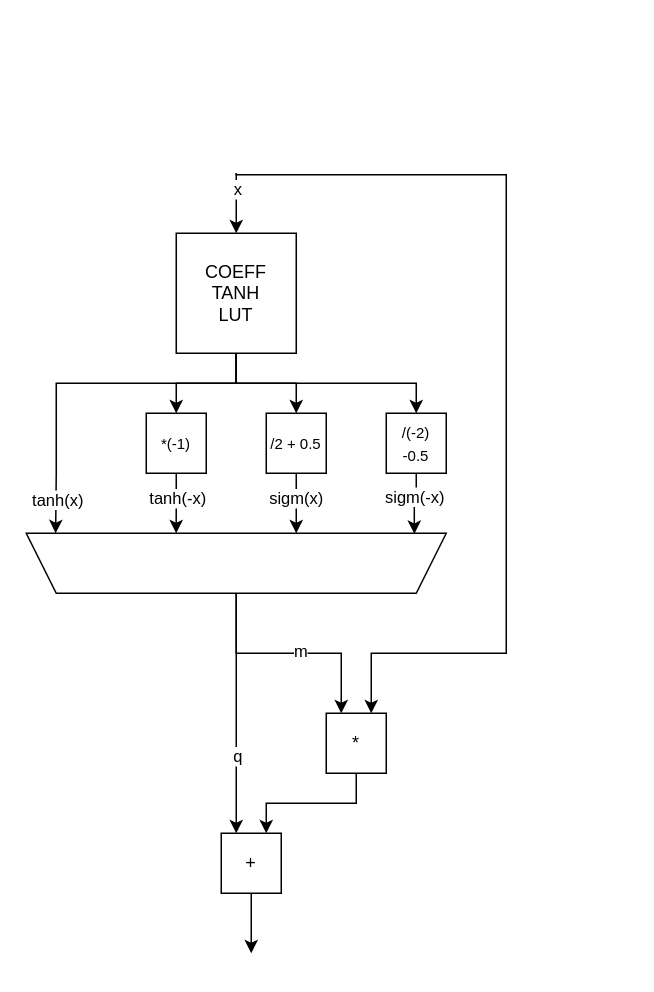
This is slides/images/ACTU_beta.drawio from AlessandroVaraldi/LSTM_ACCELERATOR, a draw.io file, before an edit. Source tidied: cells renumbered, new cells numbered last; positions are measured from the earlier drawing's top-left corner, leaving out a move shared by most shapes. Both pictures are drawn from the tidied source at 150%, with x=0, y=0 at pixel (26, 172).
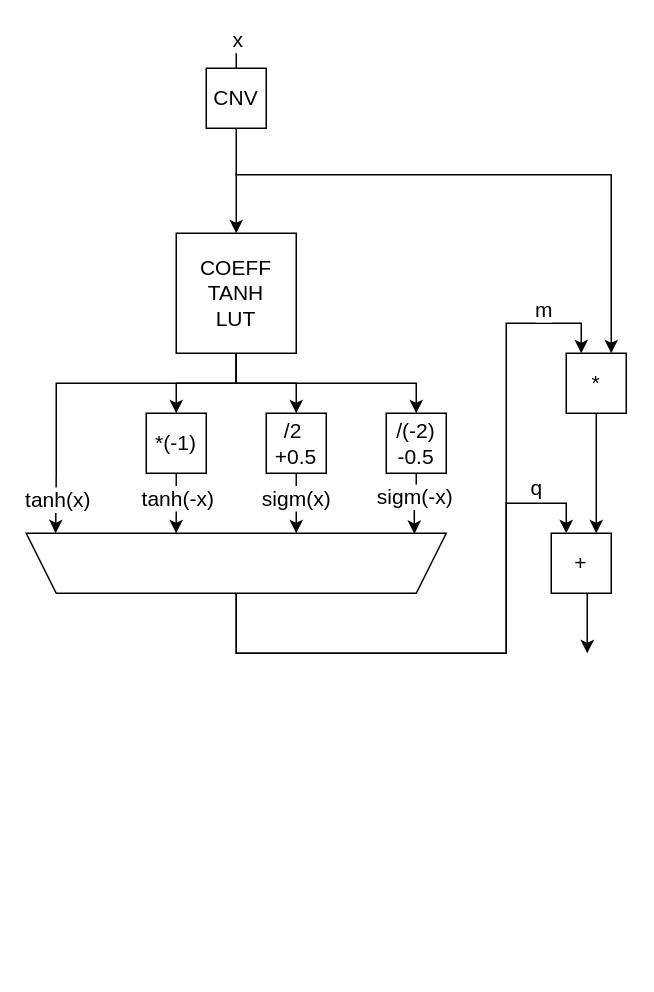
The same diagram, later.

Diff of the diagram source:
```diff
@@
-    <mxCell id="2" style="edgeStyle=orthogonalEdgeStyle;rounded=0;jettySize=auto;html=1;" parent="1" edge="1" source="3">
+    <mxCell id="2" style="edgeStyle=orthogonalEdgeStyle;rounded=0;jettySize=auto;html=1;fontSize=14;" parent="1" edge="1" source="3">
       <mxGeometry relative="1" as="geometry">
-        <mxPoint x="150" y="520" as="targetPoint" />
+        <mxPoint x="374" y="320" as="targetPoint" />
+        <Array as="points">
+          <mxPoint x="374" y="320" />
+        </Array>
       </mxGeometry>
     </mxCell>
-    <mxCell id="3" value="+" style="whiteSpace=wrap;html=1;" parent="1" vertex="1">
-      <mxGeometry x="130" y="440" width="40" height="40" as="geometry" />
+    <mxCell id="3" value="+" style="whiteSpace=wrap;html=1;fontSize=14;" parent="1" vertex="1">
+      <mxGeometry x="350" y="240" width="40" height="40" as="geometry" />
     </mxCell>
-    <mxCell id="4" style="edgeStyle=orthogonalEdgeStyle;rounded=0;jettySize=auto;html=1;entryX=0.75;entryY=0;entryDx=0;entryDy=0;" parent="1" edge="1" source="5" target="3">
-      <mxGeometry relative="1" as="geometry">
-        <Array as="points">
-          <mxPoint x="220" y="420" />
-          <mxPoint x="160" y="420" />
-        </Array>
-      </mxGeometry>
+    <mxCell id="4" style="edgeStyle=orthogonalEdgeStyle;rounded=0;jettySize=auto;html=1;entryX=0.75;entryY=0;entryDx=0;entryDy=0;fontSize=14;" parent="1" edge="1" source="5" target="3">
+      <mxGeometry relative="1" as="geometry" />
     </mxCell>
-    <mxCell id="5" value="*" style="whiteSpace=wrap;html=1;" parent="1" vertex="1">
-      <mxGeometry x="200" y="360" width="40" height="40" as="geometry" />
+    <mxCell id="5" value="*" style="whiteSpace=wrap;html=1;fontSize=14;" parent="1" vertex="1">
+      <mxGeometry x="360" y="120" width="40" height="40" as="geometry" />
     </mxCell>
-    <mxCell id="6" style="edgeStyle=orthogonalEdgeStyle;rounded=0;jettySize=auto;html=1;entryX=0.5;entryY=0;entryDx=0;entryDy=0;" parent="1" edge="1" source="11" target="17">
+    <mxCell id="6" style="edgeStyle=orthogonalEdgeStyle;rounded=0;jettySize=auto;html=1;entryX=0.5;entryY=0;entryDx=0;entryDy=0;fontSize=14;" parent="1" edge="1" source="11" target="17">
       <mxGeometry relative="1" as="geometry" />
     </mxCell>
-    <mxCell id="7" style="edgeStyle=orthogonalEdgeStyle;rounded=0;jettySize=auto;html=1;entryX=0.5;entryY=0;entryDx=0;entryDy=0;" parent="1" edge="1" source="11" target="18">
+    <mxCell id="7" style="edgeStyle=orthogonalEdgeStyle;rounded=0;jettySize=auto;html=1;entryX=0.5;entryY=0;entryDx=0;entryDy=0;fontSize=14;" parent="1" edge="1" source="11" target="18">
       <mxGeometry relative="1" as="geometry" />
     </mxCell>
-    <mxCell id="8" style="edgeStyle=orthogonalEdgeStyle;rounded=0;jettySize=auto;html=1;entryX=0.5;entryY=0;entryDx=0;entryDy=0;" parent="1" edge="1" source="11" target="19">
+    <mxCell id="8" style="edgeStyle=orthogonalEdgeStyle;rounded=0;jettySize=auto;html=1;entryX=0.5;entryY=0;entryDx=0;entryDy=0;fontSize=14;" parent="1" edge="1" source="11" target="19">
       <mxGeometry relative="1" as="geometry">
         <Array as="points">
           <mxPoint x="140" y="140" />
           <mxPoint x="260" y="140" />
         </Array>
       </mxGeometry>
     </mxCell>
-    <mxCell id="9" style="edgeStyle=orthogonalEdgeStyle;rounded=0;jettySize=auto;html=1;entryX=0.93;entryY=1;entryDx=0;entryDy=0;entryPerimeter=0;" parent="1" edge="1" source="11" target="16">
+    <mxCell id="9" style="edgeStyle=orthogonalEdgeStyle;rounded=0;jettySize=auto;html=1;entryX=0.93;entryY=1;entryDx=0;entryDy=0;entryPerimeter=0;fontSize=14;" parent="1" edge="1" source="11" target="16">
       <mxGeometry relative="1" as="geometry">
         <Array as="points">
           <mxPoint x="140" y="140" />
           <mxPoint x="20" y="140" />
           <mxPoint x="20" y="200" />
         </Array>
       </mxGeometry>
     </mxCell>
-    <mxCell id="10" value="tanh(x)" style="edgeLabel;html=1;align=center;verticalAlign=middle;" parent="9" vertex="1">
+    <mxCell id="10" value="tanh(x)" style="edgeLabel;html=1;align=center;verticalAlign=middle;fontSize=14;" parent="9" vertex="1">
       <mxGeometry x="0.75" y="1" relative="1" as="geometry">
         <mxPoint y="7" as="offset" />
       </mxGeometry>
     </mxCell>
-    <mxCell id="11" value="&lt;div&gt;COEFF&lt;/div&gt;&lt;div&gt;TANH&lt;/div&gt;&lt;div&gt;LUT&lt;/div&gt;" style="whiteSpace=wrap;html=1;" parent="1" vertex="1">
+    <mxCell id="11" value="&lt;div style=&quot;font-size: 14px;&quot;&gt;COEFF&lt;/div&gt;&lt;div style=&quot;font-size: 14px;&quot;&gt;TANH&lt;/div&gt;&lt;div style=&quot;font-size: 14px;&quot;&gt;LUT&lt;/div&gt;" style="whiteSpace=wrap;html=1;fontSize=14;" parent="1" vertex="1">
       <mxGeometry x="100" y="40" width="80" height="80" as="geometry" />
     </mxCell>
-    <mxCell id="12" style="edgeStyle=orthogonalEdgeStyle;rounded=0;jettySize=auto;html=1;entryX=0.25;entryY=0;entryDx=0;entryDy=0;" parent="1" edge="1" source="16" target="5">
+    <mxCell id="12" style="edgeStyle=orthogonalEdgeStyle;rounded=0;jettySize=auto;html=1;entryX=0.25;entryY=0;entryDx=0;entryDy=0;fontSize=14;" parent="1" edge="1" source="16" target="5">
       <mxGeometry relative="1" as="geometry">
         <Array as="points">
           <mxPoint x="140" y="320" />
-          <mxPoint x="210" y="320" />
+          <mxPoint x="320" y="320" />
+          <mxPoint x="320" y="100" />
+          <mxPoint x="370" y="100" />
         </Array>
       </mxGeometry>
     </mxCell>
-    <mxCell id="13" value="m" style="edgeLabel;html=1;align=center;verticalAlign=middle;" parent="12" vertex="1">
-      <mxGeometry x="0.09" y="2" relative="1" as="geometry" />
+    <mxCell id="13" value="m" style="edgeLabel;html=1;align=center;verticalAlign=middle;fontSize=14;" parent="12" vertex="1">
+      <mxGeometry x="0.09" y="2" relative="1" as="geometry">
+        <mxPoint x="26" y="-172" as="offset" />
+      </mxGeometry>
     </mxCell>
-    <mxCell id="14" style="edgeStyle=orthogonalEdgeStyle;rounded=0;jettySize=auto;html=1;entryX=0.25;entryY=0;entryDx=0;entryDy=0;" parent="1" edge="1" source="16" target="3">
-      <mxGeometry relative="1" as="geometry" />
+    <mxCell id="14" style="edgeStyle=orthogonalEdgeStyle;rounded=0;jettySize=auto;html=1;entryX=0.25;entryY=0;entryDx=0;entryDy=0;fontSize=14;" parent="1" edge="1" source="16" target="3">
+      <mxGeometry relative="1" as="geometry">
+        <Array as="points">
+          <mxPoint x="140" y="320" />
+          <mxPoint x="320" y="320" />
+          <mxPoint x="320" y="220" />
+          <mxPoint x="360" y="220" />
+        </Array>
+      </mxGeometry>
     </mxCell>
-    <mxCell id="15" value="q" style="edgeLabel;html=1;align=center;verticalAlign=middle;" parent="14" vertex="1">
-      <mxGeometry x="0.35" relative="1" as="geometry" />
+    <mxCell id="15" value="q" style="edgeLabel;html=1;align=center;verticalAlign=middle;fontSize=14;" parent="14" vertex="1">
+      <mxGeometry x="0.35" relative="1" as="geometry">
+        <mxPoint x="19" y="-74" as="offset" />
+      </mxGeometry>
     </mxCell>
-    <mxCell id="16" style="shape=trapezoid;perimeter=trapezoidPerimeter;whiteSpace=wrap;html=1;fixedSize=1;rotation=-180;" parent="1" vertex="1">
+    <mxCell id="16" style="shape=trapezoid;perimeter=trapezoidPerimeter;whiteSpace=wrap;html=1;fixedSize=1;rotation=-180;fontSize=14;" parent="1" vertex="1">
       <mxGeometry y="240" width="280" height="40" as="geometry" />
     </mxCell>
-    <mxCell id="17" value="&lt;font style=&quot;font-size: 10px;&quot;&gt;*(-1)&lt;/font&gt;" style="whiteSpace=wrap;html=1;" parent="1" vertex="1">
+    <mxCell id="17" value="&lt;font style=&quot;font-size: 14px;&quot;&gt;*(-1)&lt;/font&gt;" style="whiteSpace=wrap;html=1;fontSize=14;" parent="1" vertex="1">
       <mxGeometry x="80" y="160" width="40" height="40" as="geometry" />
     </mxCell>
-    <mxCell id="18" value="&lt;font style=&quot;font-size: 10px;&quot;&gt;/2 + 0.5&lt;/font&gt;" style="whiteSpace=wrap;html=1;" parent="1" vertex="1">
+    <mxCell id="18" value="&lt;div&gt;&lt;font style=&quot;font-size: 14px;&quot;&gt;/2&amp;nbsp;&lt;/font&gt;&lt;/div&gt;&lt;div&gt;&lt;font style=&quot;font-size: 14px;&quot;&gt;+0.5&lt;/font&gt;&lt;/div&gt;" style="whiteSpace=wrap;html=1;fontSize=14;" parent="1" vertex="1">
       <mxGeometry x="160" y="160" width="40" height="40" as="geometry" />
     </mxCell>
-    <mxCell id="19" value="&lt;font style=&quot;font-size: 10px;&quot;&gt;/(-2) -0.5&lt;/font&gt;" style="whiteSpace=wrap;html=1;" parent="1" vertex="1">
+    <mxCell id="19" value="&lt;font style=&quot;font-size: 14px;&quot;&gt;/(-2) -0.5&lt;/font&gt;" style="whiteSpace=wrap;html=1;fontSize=14;" parent="1" vertex="1">
       <mxGeometry x="240" y="160" width="40" height="40" as="geometry" />
     </mxCell>
-    <mxCell id="20" style="edgeStyle=orthogonalEdgeStyle;rounded=0;jettySize=auto;html=1;entryX=0.643;entryY=1;entryDx=0;entryDy=0;entryPerimeter=0;" parent="1" edge="1" source="17" target="16">
+    <mxCell id="20" style="edgeStyle=orthogonalEdgeStyle;rounded=0;jettySize=auto;html=1;entryX=0.643;entryY=1;entryDx=0;entryDy=0;entryPerimeter=0;fontSize=14;" parent="1" edge="1" source="17" target="16">
       <mxGeometry relative="1" as="geometry" />
     </mxCell>
-    <mxCell id="21" value="tanh(-x)" style="edgeLabel;html=1;align=center;verticalAlign=middle;" parent="20" vertex="1">
+    <mxCell id="21" value="tanh(-x)" style="edgeLabel;html=1;align=center;verticalAlign=middle;fontSize=14;" parent="20" vertex="1">
       <mxGeometry x="-0.18" y="2" relative="1" as="geometry">
         <mxPoint x="-2" as="offset" />
       </mxGeometry>
     </mxCell>
-    <mxCell id="22" style="edgeStyle=orthogonalEdgeStyle;rounded=0;jettySize=auto;html=1;" parent="1" edge="1" source="18">
+    <mxCell id="22" style="edgeStyle=orthogonalEdgeStyle;rounded=0;jettySize=auto;html=1;fontSize=14;" parent="1" edge="1" source="18">
       <mxGeometry relative="1" as="geometry">
         <mxPoint x="180" y="240" as="targetPoint" />
       </mxGeometry>
     </mxCell>
-    <mxCell id="23" value="sigm(x)" style="edgeLabel;html=1;align=center;verticalAlign=middle;" parent="22" vertex="1">
+    <mxCell id="23" value="sigm(x)" style="edgeLabel;html=1;align=center;verticalAlign=middle;fontSize=14;" parent="22" vertex="1">
       <mxGeometry x="-0.19" y="-1" relative="1" as="geometry" />
     </mxCell>
-    <mxCell id="24" style="edgeStyle=orthogonalEdgeStyle;rounded=0;jettySize=auto;html=1;entryX=0.076;entryY=0.989;entryDx=0;entryDy=0;entryPerimeter=0;" parent="1" edge="1" source="19" target="16">
+    <mxCell id="24" style="edgeStyle=orthogonalEdgeStyle;rounded=0;jettySize=auto;html=1;entryX=0.076;entryY=0.989;entryDx=0;entryDy=0;entryPerimeter=0;fontSize=14;" parent="1" edge="1" source="19" target="16">
       <mxGeometry relative="1" as="geometry" />
     </mxCell>
-    <mxCell id="25" value="sigm(-x)" style="edgeLabel;html=1;align=center;verticalAlign=middle;" parent="24" vertex="1">
+    <mxCell id="25" value="sigm(-x)" style="edgeLabel;html=1;align=center;verticalAlign=middle;fontSize=14;" parent="24" vertex="1">
       <mxGeometry x="0.09" y="-2" relative="1" as="geometry">
         <mxPoint x="2" y="-6" as="offset" />
       </mxGeometry>
     </mxCell>
-    <mxCell id="26" style="endArrow=classic;html=1;rounded=0;entryX=0.5;entryY=0;entryDx=0;entryDy=0;" parent="1" edge="1" target="11">
+    <mxCell id="26" style="endArrow=classic;html=1;rounded=0;entryX=0.5;entryY=0;entryDx=0;entryDy=0;fontSize=14;" parent="1" edge="1" target="11">
       <mxGeometry relative="1" as="geometry">
-        <mxPoint x="140" as="sourcePoint" />
+        <mxPoint x="140" y="-80" as="sourcePoint" />
       </mxGeometry>
     </mxCell>
-    <mxCell id="27" value="x" style="edgeLabel;html=1;align=center;verticalAlign=middle;" parent="26" vertex="1">
+    <mxCell id="27" value="x" style="edgeLabel;html=1;align=center;verticalAlign=middle;fontSize=14;" parent="26" vertex="1">
       <mxGeometry x="-0.26" y="-2" relative="1" as="geometry">
-        <mxPoint x="2" y="-5" as="offset" />
+        <mxPoint x="2" y="-54" as="offset" />
       </mxGeometry>
     </mxCell>
-    <mxCell id="28" style="endArrow=classic;html=1;rounded=0;entryX=0.75;entryY=0;entryDx=0;entryDy=0;edgeStyle=orthogonalEdgeStyle;" parent="1" edge="1" target="5">
+    <mxCell id="28" style="endArrow=classic;html=1;rounded=0;entryX=0.75;entryY=0;entryDx=0;entryDy=0;edgeStyle=orthogonalEdgeStyle;fontSize=14;" parent="1" edge="1" target="5">
       <mxGeometry relative="1" as="geometry">
         <mxPoint x="140" as="sourcePoint" />
         <Array as="points">
           <mxPoint x="140" y="1" />
-          <mxPoint x="320" y="1" />
-          <mxPoint x="320" y="320" />
-          <mxPoint x="230" y="320" />
+          <mxPoint x="390" y="1" />
         </Array>
       </mxGeometry>
     </mxCell>
+    <mxCell id="29" value="CNV" style="whiteSpace=wrap;html=1;fontSize=14;" parent="1" vertex="1">
+      <mxGeometry x="120" y="-70" width="40" height="40" as="geometry" />
+    </mxCell>
```
